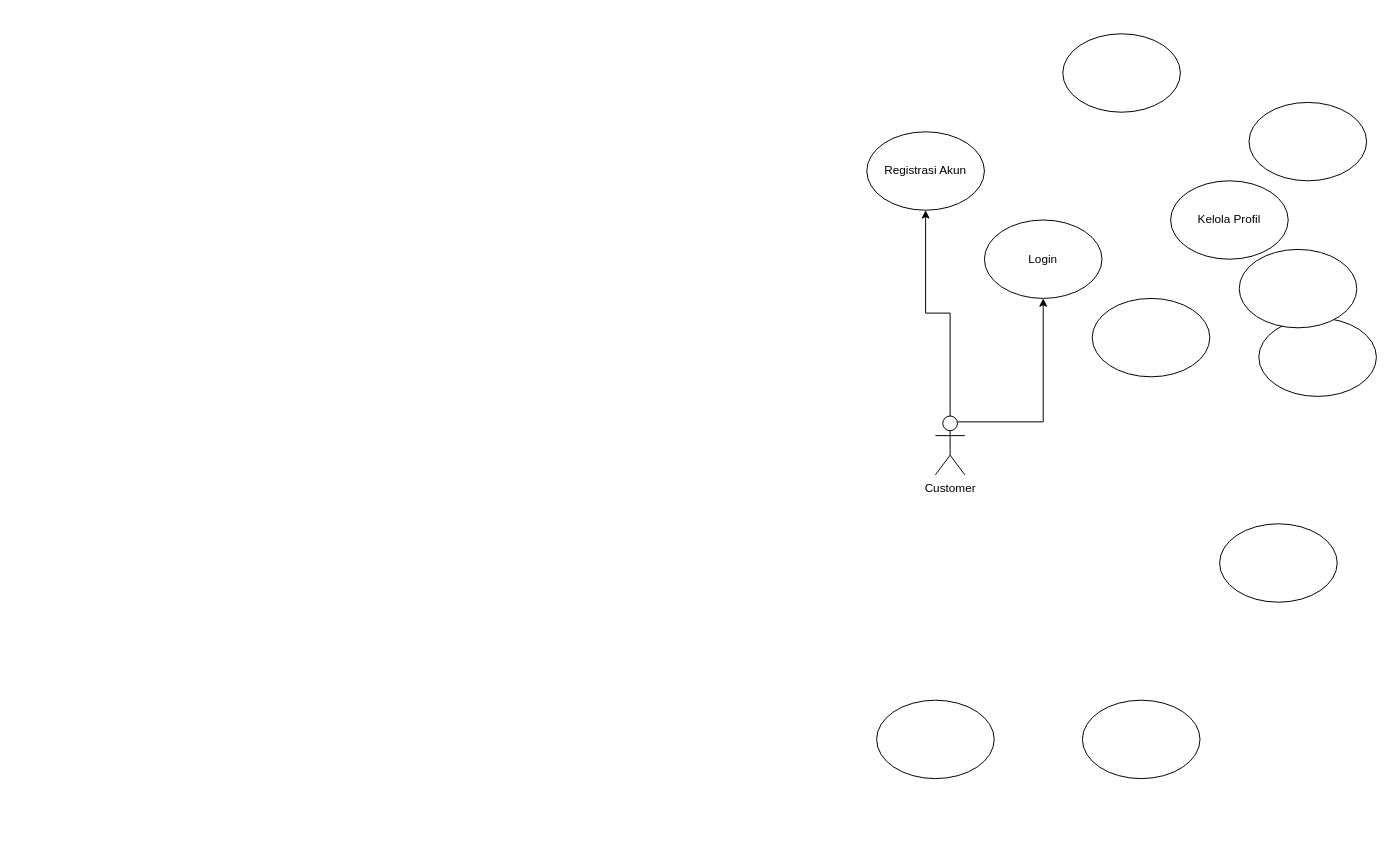
UlulAzmiALatala/moodly-app keeps this draw.io diagram as Use Case Diagram.drawio. Above is the earlier version. Source tidied: cells renumbered, new cells numbered last; positions are measured from the earlier drawing's top-left corner, leaving out a move shared by most shapes. Both pictures are drawn from the tidied source at 98%, with x=0, y=0 at pixel (866, 33).
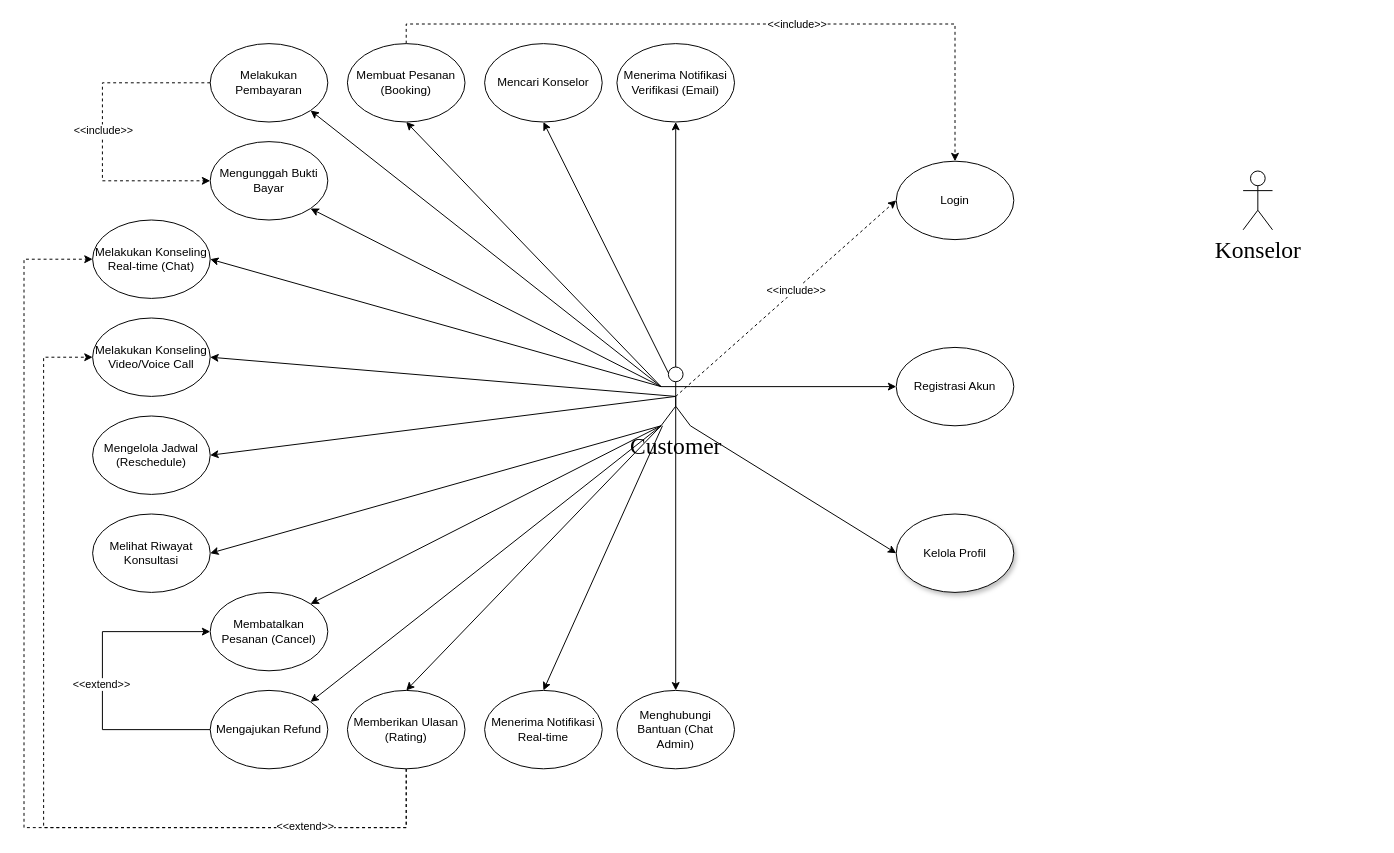
The same diagram, later.

Change to the diagram source:
```diff
@@
+    <mxCell id="3" style="rounded=0;jettySize=auto;html=1;exitX=0.5;exitY=0.5;exitDx=0;exitDy=0;exitPerimeter=0;entryX=0;entryY=0.5;entryDx=0;entryDy=0;dashed=1;" parent="1" edge="1" source="4" target="14">
+      <mxGeometry relative="1" as="geometry" />
+    </mxCell>
+    <mxCell id="16" value="&amp;lt;&amp;lt;include&amp;gt;&amp;gt;" style="edgeLabel;html=1;align=center;verticalAlign=middle;" parent="3" vertex="1">
+      <mxGeometry x="0.08" y="-1" relative="1" as="geometry">
+        <mxPoint y="-1" as="offset" />
+      </mxGeometry>
+    </mxCell>
-    <mxCell id="2" style="edgeStyle=orthogonalEdgeStyle;rounded=0;jettySize=auto;html=1;exitX=0.5;exitY=0;exitDx=0;exitDy=0;exitPerimeter=0;" parent="1" edge="1" source="4" target="8">
+    <mxCell id="2" style="rounded=0;jettySize=auto;html=1;exitX=1;exitY=0.3333333333333333;exitDx=0;exitDy=0;exitPerimeter=0;entryX=0;entryY=0.5;entryDx=0;entryDy=0;" parent="1" edge="1" source="4" target="8">
       <mxGeometry relative="1" as="geometry" />
     </mxCell>
-    <mxCell id="3" style="edgeStyle=orthogonalEdgeStyle;rounded=0;jettySize=auto;html=1;exitX=0.75;exitY=0.1;exitDx=0;exitDy=0;exitPerimeter=0;entryX=0.5;entryY=1;entryDx=0;entryDy=0;" parent="1" edge="1" source="4" target="14">
-      <mxGeometry relative="1" as="geometry" />
-    </mxCell>
+    <mxCell id="17" style="rounded=0;jettySize=auto;html=1;exitX=1;exitY=1;exitDx=0;exitDy=0;exitPerimeter=0;entryX=0;entryY=0.5;entryDx=0;entryDy=0;" parent="1" edge="1" source="4" target="5">
+      <mxGeometry relative="1" as="geometry" />
+    </mxCell>
+    <mxCell id="18" style="rounded=0;jettySize=auto;html=1;exitX=0.5;exitY=0;exitDx=0;exitDy=0;exitPerimeter=0;entryX=0.5;entryY=1;entryDx=0;entryDy=0;" parent="1" edge="1" source="4" target="9">
+      <mxGeometry relative="1" as="geometry" />
+    </mxCell>
+    <mxCell id="19" style="rounded=0;jettySize=auto;html=1;exitX=0.5;exitY=0.5;exitDx=0;exitDy=0;exitPerimeter=0;entryX=0.5;entryY=0;entryDx=0;entryDy=0;" parent="1" edge="1" source="4" target="46">
+      <mxGeometry relative="1" as="geometry" />
+    </mxCell>
+    <mxCell id="20" style="rounded=0;jettySize=auto;html=1;exitX=0.25;exitY=0.1;exitDx=0;exitDy=0;exitPerimeter=0;entryX=0.5;entryY=1;entryDx=0;entryDy=0;" parent="1" edge="1" source="4" target="12">
+      <mxGeometry relative="1" as="geometry" />
+    </mxCell>
+    <mxCell id="21" style="rounded=0;jettySize=auto;html=1;exitX=0;exitY=0.3333333333333333;exitDx=0;exitDy=0;exitPerimeter=0;entryX=0.5;entryY=1;entryDx=0;entryDy=0;" parent="1" edge="1" source="4" target="11">
+      <mxGeometry relative="1" as="geometry" />
+    </mxCell>
+    <mxCell id="22" style="rounded=0;jettySize=auto;html=1;exitX=0.5;exitY=0.5;exitDx=0;exitDy=0;exitPerimeter=0;entryX=1;entryY=0.5;entryDx=0;entryDy=0;" parent="1" edge="1" source="4" target="6">
+      <mxGeometry relative="1" as="geometry" />
+    </mxCell>
+    <mxCell id="23" style="rounded=0;jettySize=auto;html=1;exitX=0.5;exitY=0.5;exitDx=0;exitDy=0;exitPerimeter=0;entryX=1;entryY=0.5;entryDx=0;entryDy=0;" parent="1" edge="1" source="4" target="10">
+      <mxGeometry relative="1" as="geometry" />
+    </mxCell>
+    <mxCell id="24" style="rounded=0;jettySize=auto;html=1;exitX=0;exitY=0.3333333333333333;exitDx=0;exitDy=0;exitPerimeter=0;entryX=1;entryY=1;entryDx=0;entryDy=0;" parent="1" edge="1" source="4" target="15">
+      <mxGeometry relative="1" as="geometry" />
+    </mxCell>
+    <mxCell id="25" style="rounded=0;jettySize=auto;html=1;exitX=0;exitY=0.3333333333333333;exitDx=0;exitDy=0;exitPerimeter=0;entryX=1;entryY=1;entryDx=0;entryDy=0;" parent="1" edge="1" source="4" target="7">
+      <mxGeometry relative="1" as="geometry" />
+    </mxCell>
+    <mxCell id="26" style="rounded=0;jettySize=auto;html=1;exitX=0;exitY=0.3333333333333333;exitDx=0;exitDy=0;exitPerimeter=0;entryX=1;entryY=0.5;entryDx=0;entryDy=0;" parent="1" edge="1" source="4" target="13">
+      <mxGeometry relative="1" as="geometry" />
+    </mxCell>
+    <mxCell id="27" style="rounded=0;jettySize=auto;html=1;exitX=0;exitY=1;exitDx=0;exitDy=0;exitPerimeter=0;entryX=1;entryY=0.5;entryDx=0;entryDy=0;" parent="1" edge="1" source="4" target="36">
+      <mxGeometry relative="1" as="geometry" />
+    </mxCell>
+    <mxCell id="28" style="rounded=0;jettySize=auto;html=1;exitX=0;exitY=1;exitDx=0;exitDy=0;exitPerimeter=0;entryX=1;entryY=0;entryDx=0;entryDy=0;" parent="1" edge="1" source="4" target="37">
+      <mxGeometry relative="1" as="geometry" />
+    </mxCell>
+    <mxCell id="29" style="rounded=0;jettySize=auto;html=1;exitX=0;exitY=1;exitDx=0;exitDy=0;exitPerimeter=0;entryX=1;entryY=0;entryDx=0;entryDy=0;" parent="1" edge="1" source="4" target="40">
+      <mxGeometry relative="1" as="geometry" />
+    </mxCell>
+    <mxCell id="30" style="rounded=0;jettySize=auto;html=1;exitX=0;exitY=1;exitDx=0;exitDy=0;exitPerimeter=0;entryX=0.5;entryY=0;entryDx=0;entryDy=0;" parent="1" edge="1" source="4" target="44">
+      <mxGeometry relative="1" as="geometry" />
+    </mxCell>
+    <mxCell id="31" style="rounded=0;jettySize=auto;html=1;entryX=0.5;entryY=0;entryDx=0;entryDy=0;" parent="1" edge="1" source="4" target="45">
+      <mxGeometry relative="1" as="geometry" />
+    </mxCell>
-    <mxCell id="4" value="Customer" style="shape=umlActor;verticalLabelPosition=bottom;verticalAlign=top;html=1;outlineConnect=0;" parent="1" vertex="1">
-      <mxGeometry x="70" y="390" width="30" height="60" as="geometry" />
+    <mxCell id="4" value="&lt;font face=&quot;Times New Roman&quot; style=&quot;font-size: 24px;&quot;&gt;Customer&lt;/font&gt;" style="shape=umlActor;verticalLabelPosition=bottom;verticalAlign=top;html=1;outlineConnect=0;" parent="1" vertex="1">
+      <mxGeometry x="-210" y="340" width="30" height="60" as="geometry" />
     </mxCell>
-    <mxCell id="5" value="Kelola Profil" style="ellipse;whiteSpace=wrap;html=1;" parent="1" vertex="1">
-      <mxGeometry x="310" y="150" width="120" height="80" as="geometry" />
+    <mxCell id="5" value="Kelola Profil" style="ellipse;whiteSpace=wrap;html=1;shadow=1;" parent="1" vertex="1">
+      <mxGeometry x="30" y="490" width="120" height="80" as="geometry" />
     </mxCell>
-    <mxCell id="6" style="ellipse;whiteSpace=wrap;html=1;" parent="1" vertex="1">
-      <mxGeometry x="390" y="70" width="120" height="80" as="geometry" />
+    <mxCell id="6" value="Mengelola Jadwal (Reschedule)" style="ellipse;whiteSpace=wrap;html=1;" parent="1" vertex="1">
+      <mxGeometry x="-790" y="390" width="120" height="80" as="geometry" />
     </mxCell>
-    <mxCell id="7" style="ellipse;whiteSpace=wrap;html=1;" parent="1" vertex="1">
-      <mxGeometry x="10" y="680" width="120" height="80" as="geometry" />
+    <mxCell id="7" value="Mengunggah Bukti Bayar" style="ellipse;whiteSpace=wrap;html=1;" parent="1" vertex="1">
+      <mxGeometry x="-670" y="110" width="120" height="80" as="geometry" />
     </mxCell>
     <mxCell id="8" value="Registrasi Akun" style="ellipse;whiteSpace=wrap;html=1;" parent="1" vertex="1">
-      <mxGeometry y="100" width="120" height="80" as="geometry" />
+      <mxGeometry x="30" y="320" width="120" height="80" as="geometry" />
     </mxCell>
-    <mxCell id="9" style="ellipse;whiteSpace=wrap;html=1;" parent="1" vertex="1">
-      <mxGeometry x="230" y="270" width="120" height="80" as="geometry" />
+    <mxCell id="9" value="Menerima Notifikasi Verifikasi (Email)" style="ellipse;whiteSpace=wrap;html=1;" parent="1" vertex="1">
+      <mxGeometry x="-255" y="10" width="120" height="80" as="geometry" />
     </mxCell>
-    <mxCell id="10" style="ellipse;whiteSpace=wrap;html=1;" parent="1" vertex="1">
-      <mxGeometry x="200" width="120" height="80" as="geometry" />
+    <mxCell id="10" value="Melakukan Konseling Video/Voice Call" style="ellipse;whiteSpace=wrap;html=1;" parent="1" vertex="1">
+      <mxGeometry x="-790" y="290" width="120" height="80" as="geometry" />
     </mxCell>
+    <mxCell id="32" style="rounded=0;jettySize=auto;html=1;exitX=0.5;exitY=0;exitDx=0;exitDy=0;entryX=0.5;entryY=0;entryDx=0;entryDy=0;edgeStyle=orthogonalEdgeStyle;dashed=1;" parent="1" edge="1" source="11" target="14">
+      <mxGeometry relative="1" as="geometry" />
+    </mxCell>
+    <mxCell id="33" value="&amp;lt;&amp;lt;include&amp;gt;&amp;gt;" style="edgeLabel;html=1;align=center;verticalAlign=middle;" parent="32" vertex="1">
+      <mxGeometry x="0.15" relative="1" as="geometry">
+        <mxPoint x="4" as="offset" />
+      </mxGeometry>
+    </mxCell>
-    <mxCell id="11" style="ellipse;whiteSpace=wrap;html=1;" parent="1" vertex="1">
-      <mxGeometry x="400" y="290" width="120" height="80" as="geometry" />
+    <mxCell id="11" value="Membuat Pesanan (Booking)" style="ellipse;whiteSpace=wrap;html=1;" parent="1" vertex="1">
+      <mxGeometry x="-530" y="10" width="120" height="80" as="geometry" />
     </mxCell>
-    <mxCell id="12" style="ellipse;whiteSpace=wrap;html=1;" parent="1" vertex="1">
-      <mxGeometry x="380" y="220" width="120" height="80" as="geometry" />
+    <mxCell id="12" value="Mencari Konselor" style="ellipse;whiteSpace=wrap;html=1;" parent="1" vertex="1">
+      <mxGeometry x="-390" y="10" width="120" height="80" as="geometry" />
     </mxCell>
-    <mxCell id="13" style="ellipse;whiteSpace=wrap;html=1;" parent="1" vertex="1">
-      <mxGeometry x="220" y="680" width="120" height="80" as="geometry" />
+    <mxCell id="13" value="&lt;p&gt;Melakukan Konseling Real-time (Chat)&lt;/p&gt;" style="ellipse;whiteSpace=wrap;html=1;" parent="1" vertex="1">
+      <mxGeometry x="-790" y="190" width="120" height="80" as="geometry" />
     </mxCell>
     <mxCell id="14" value="Login" style="ellipse;whiteSpace=wrap;html=1;" parent="1" vertex="1">
-      <mxGeometry x="120" y="190" width="120" height="80" as="geometry" />
+      <mxGeometry x="30" y="130" width="120" height="80" as="geometry" />
     </mxCell>
+    <mxCell id="34" style="edgeStyle=orthogonalEdgeStyle;rounded=0;jettySize=auto;html=1;exitX=0;exitY=0.5;exitDx=0;exitDy=0;entryX=0;entryY=0.5;entryDx=0;entryDy=0;dashed=1;" parent="1" edge="1" source="15" target="7">
+      <mxGeometry relative="1" as="geometry">
+        <Array as="points">
+          <mxPoint x="-780" y="50" />
+          <mxPoint x="-780" y="150" />
+        </Array>
+      </mxGeometry>
+    </mxCell>
+    <mxCell id="35" value="&amp;lt;&amp;lt;include&amp;gt;&amp;gt;" style="edgeLabel;html=1;align=center;verticalAlign=middle;" parent="34" vertex="1">
+      <mxGeometry x="-0.02" relative="1" as="geometry">
+        <mxPoint y="1" as="offset" />
+      </mxGeometry>
+    </mxCell>
-    <mxCell id="15" style="ellipse;whiteSpace=wrap;html=1;" parent="1" vertex="1">
-      <mxGeometry x="360" y="500" width="120" height="80" as="geometry" />
+    <mxCell id="15" value="Melakukan Pembayaran" style="ellipse;whiteSpace=wrap;html=1;" parent="1" vertex="1">
+      <mxGeometry x="-670" y="10" width="120" height="80" as="geometry" />
     </mxCell>
+    <mxCell id="36" value="Melihat Riwayat Konsultasi" style="ellipse;whiteSpace=wrap;html=1;" parent="1" vertex="1">
+      <mxGeometry x="-790" y="490" width="120" height="80" as="geometry" />
+    </mxCell>
+    <mxCell id="37" value="Membatalkan Pesanan (Cancel)" style="ellipse;whiteSpace=wrap;html=1;" parent="1" vertex="1">
+      <mxGeometry x="-670" y="570" width="120" height="80" as="geometry" />
+    </mxCell>
+    <mxCell id="38" style="edgeStyle=orthogonalEdgeStyle;rounded=0;jettySize=auto;html=1;exitX=0;exitY=0.5;exitDx=0;exitDy=0;entryX=0;entryY=0.5;entryDx=0;entryDy=0;" parent="1" edge="1" source="40" target="37">
+      <mxGeometry relative="1" as="geometry">
+        <Array as="points">
+          <mxPoint x="-780" y="710" />
+          <mxPoint x="-780" y="610" />
+        </Array>
+      </mxGeometry>
+    </mxCell>
+    <mxCell id="39" value="&amp;lt;&amp;lt;extend&amp;gt;&amp;gt;" style="edgeLabel;html=1;align=center;verticalAlign=middle;" parent="38" vertex="1">
+      <mxGeometry x="-0.01" y="2" relative="1" as="geometry">
+        <mxPoint y="1" as="offset" />
+      </mxGeometry>
+    </mxCell>
+    <mxCell id="40" value="Mengajukan Refund" style="ellipse;whiteSpace=wrap;html=1;" parent="1" vertex="1">
+      <mxGeometry x="-670" y="670" width="120" height="80" as="geometry" />
+    </mxCell>
+    <mxCell id="41" style="edgeStyle=orthogonalEdgeStyle;rounded=0;jettySize=auto;html=1;exitX=0.5;exitY=1;exitDx=0;exitDy=0;entryX=0;entryY=0.5;entryDx=0;entryDy=0;dashed=1;" parent="1" edge="1" source="44" target="13">
+      <mxGeometry relative="1" as="geometry">
+        <Array as="points">
+          <mxPoint x="-470" y="810" />
+          <mxPoint x="-860" y="810" />
+          <mxPoint x="-860" y="230" />
+        </Array>
+      </mxGeometry>
+    </mxCell>
+    <mxCell id="42" style="edgeStyle=orthogonalEdgeStyle;rounded=0;jettySize=auto;html=1;exitX=0.5;exitY=1;exitDx=0;exitDy=0;entryX=0;entryY=0.5;entryDx=0;entryDy=0;dashed=1;" parent="1" edge="1" source="44" target="10">
+      <mxGeometry relative="1" as="geometry">
+        <Array as="points">
+          <mxPoint x="-470" y="810" />
+          <mxPoint x="-840" y="810" />
+          <mxPoint x="-840" y="330" />
+        </Array>
+      </mxGeometry>
+    </mxCell>
+    <mxCell id="43" value="&amp;lt;&amp;lt;extend&amp;gt;&amp;gt;" style="edgeLabel;html=1;align=center;verticalAlign=middle;" parent="42" vertex="1">
+      <mxGeometry x="-0.66" y="-2" relative="1" as="geometry">
+        <mxPoint x="-1" as="offset" />
+      </mxGeometry>
+    </mxCell>
+    <mxCell id="44" value="Memberikan Ulasan (Rating)" style="ellipse;whiteSpace=wrap;html=1;" parent="1" vertex="1">
+      <mxGeometry x="-530" y="670" width="120" height="80" as="geometry" />
+    </mxCell>
+    <mxCell id="45" value="Menerima Notifikasi Real-time" style="ellipse;whiteSpace=wrap;html=1;" parent="1" vertex="1">
+      <mxGeometry x="-390" y="670" width="120" height="80" as="geometry" />
+    </mxCell>
+    <mxCell id="46" value="Menghubungi Bantuan (Chat Admin)" style="ellipse;whiteSpace=wrap;html=1;" parent="1" vertex="1">
+      <mxGeometry x="-255" y="670" width="120" height="80" as="geometry" />
+    </mxCell>
+    <mxCell id="47" style="edgeStyle=orthogonalEdgeStyle;rounded=0;orthogonalLoop=1;jettySize=auto;html=1;exitX=0.5;exitY=1;exitDx=0;exitDy=0;" parent="1" edge="1" source="40" target="40">
+      <mxGeometry relative="1" as="geometry" />
+    </mxCell>
+    <mxCell id="48" value="&lt;font face=&quot;Times New Roman&quot; style=&quot;font-size: 24px;&quot;&gt;Konselor&lt;/font&gt;" style="shape=umlActor;verticalLabelPosition=bottom;verticalAlign=top;html=1;" parent="1" vertex="1">
+      <mxGeometry x="384" y="140" width="30" height="60" as="geometry" />
+    </mxCell>
```
